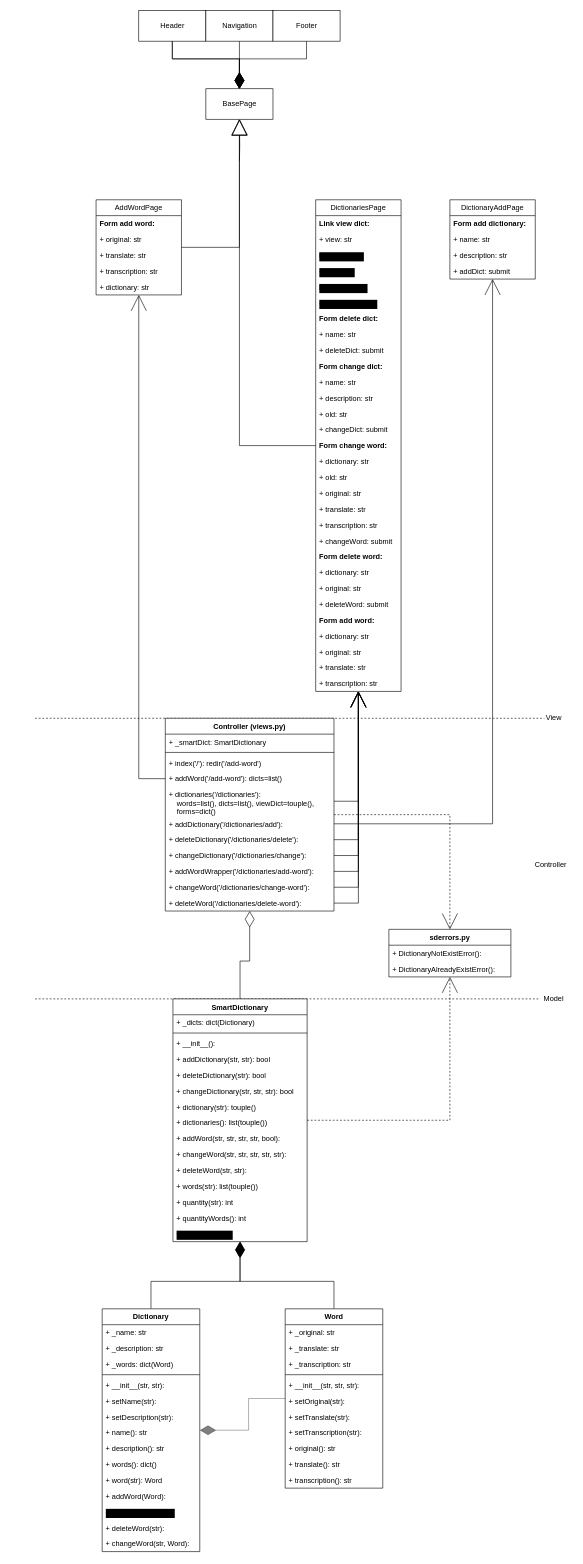
Above: page "classes" (5 of 5) of schemes/scheme.drawio in vikk777/Smart-Dictionary (draw.io), before the change. Source tidied: cells renumbered, new cells numbered last; positions are measured from the earlier drawing's top-left corner, leaving out a move shared by most shapes. Both pictures are drawn from the tidied source at 61%, with x=0, y=0 at pixel (35, 10).
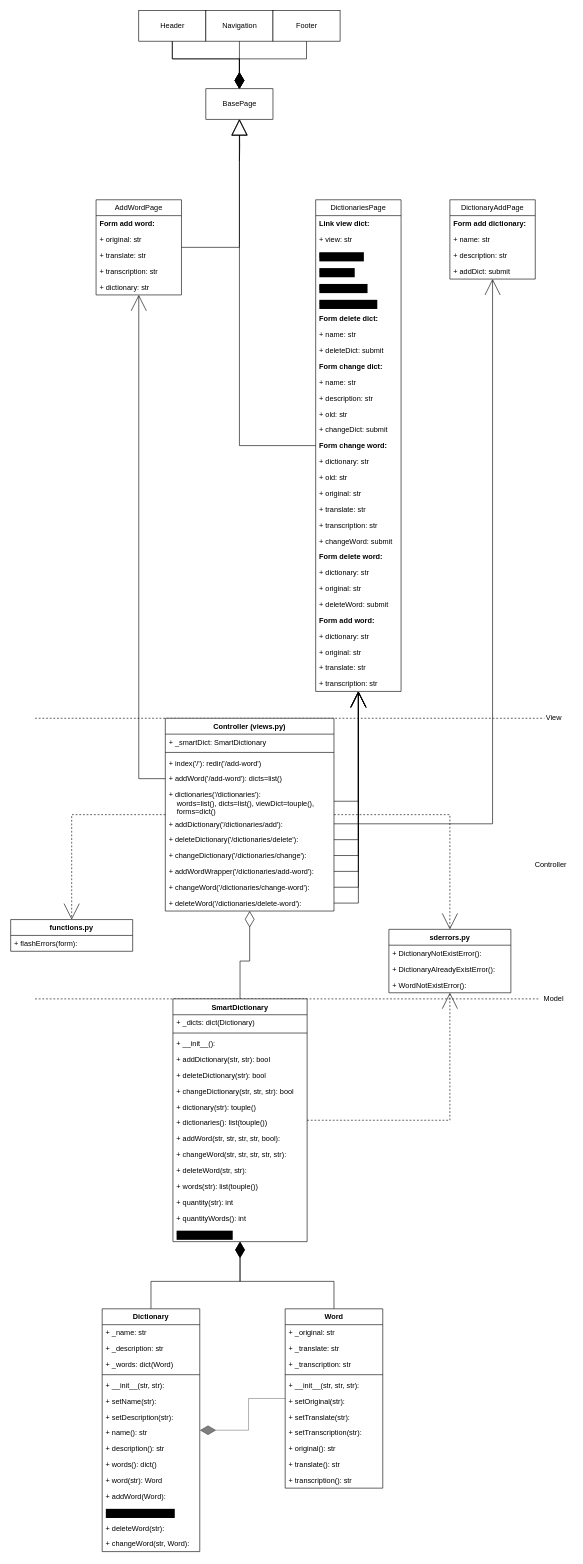
The same diagram, later.

Unchanged cells that the change refers to:
```xml
<mxCell id="8" value="Controller (views.py)" style="swimlane;fontStyle=1;align=center;verticalAlign=top;horizontal=1;startSize=26;gradientColor=none;" parent="1" vertex="1">
  <mxGeometry x="213.5" y="1160" width="276.5" height="316" as="geometry" />
</mxCell>
```

Diff of the diagram source:
```diff
@@
+    <mxCell id="133" style="edgeStyle=orthogonalEdgeStyle;rounded=0;jettySize=auto;html=1;dashed=1;endArrow=open;endFill=0;endSize=24;" parent="1" edge="1" source="8" target="135">
+      <mxGeometry relative="1" as="geometry" />
+    </mxCell>
@@
     <mxCell id="130" value="sderrors.py" style="swimlane;fontStyle=1;align=center;verticalAlign=top;horizontal=1;startSize=26;" parent="1" vertex="1">
-      <mxGeometry x="580" y="1506" width="200" height="78" as="geometry" />
+      <mxGeometry x="580" y="1506" width="200" height="104" as="geometry" />
     </mxCell>
@@
+    <mxCell id="134" value="+ WordNotExistError():" style="text;strokeColor=none;fillColor=none;align=left;verticalAlign=top;spacingLeft=4;spacingRight=4;overflow=hidden;" parent="130" vertex="1">
+      <mxGeometry y="78" width="200" height="26" as="geometry" />
+    </mxCell>
+    <mxCell id="135" value="functions.py" style="swimlane;fontStyle=1;align=center;verticalAlign=top;horizontal=1;startSize=26;" parent="1" vertex="1">
+      <mxGeometry x="-40" y="1490" width="200" height="52" as="geometry" />
+    </mxCell>
+    <mxCell id="136" value="+ flashErrors(form):" style="text;strokeColor=none;fillColor=none;align=left;verticalAlign=top;spacingLeft=4;spacingRight=4;overflow=hidden;" parent="135" vertex="1">
+      <mxGeometry y="26" width="200" height="26" as="geometry" />
+    </mxCell>
```
